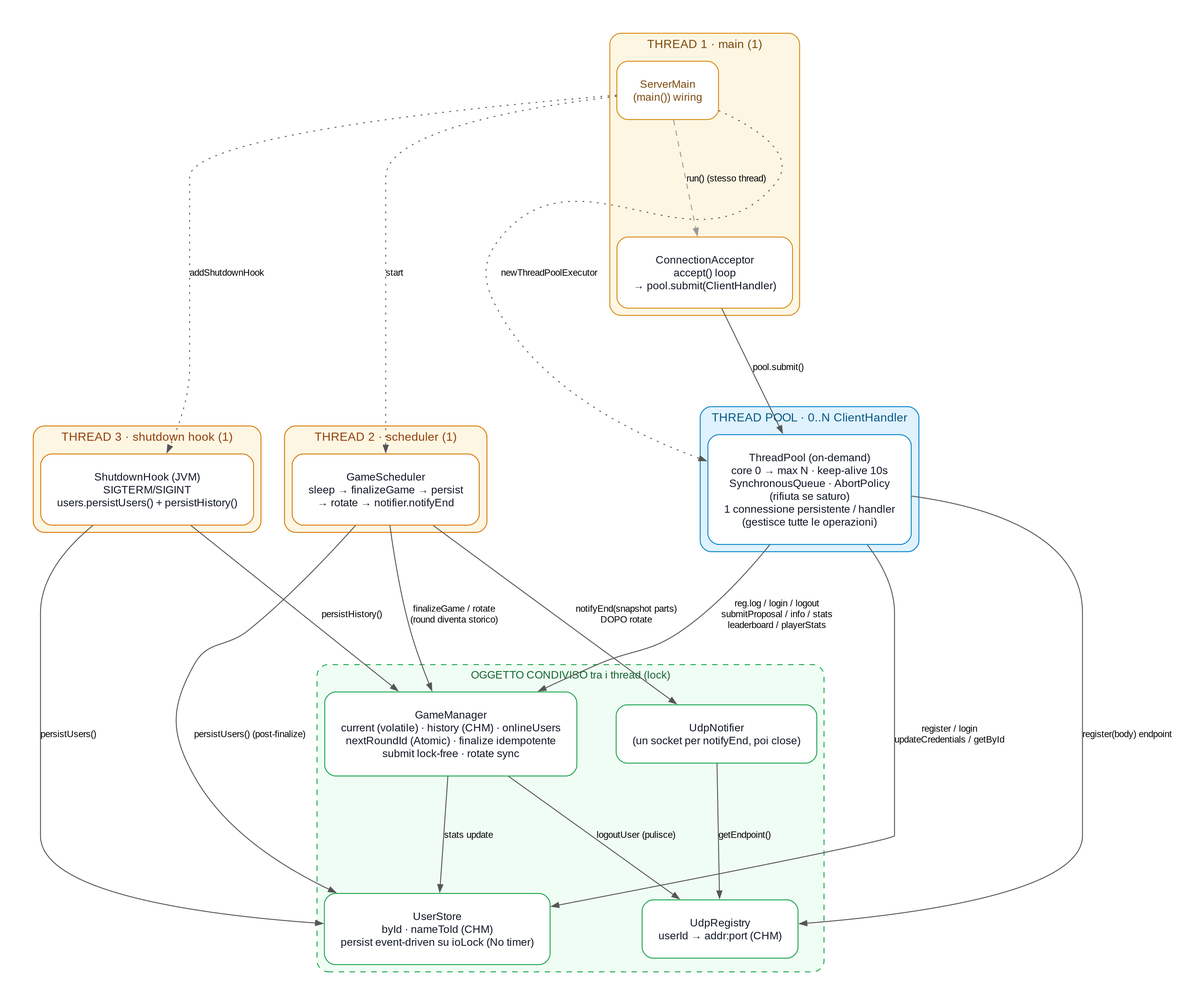
Earlier version of the Graphviz export docs/relazione/server_system_model.png (a2essiol3nzi/Connections_Game). Its source is kept beside it as docs/explain/server/server_system_model.dot. Its diagram source:
```dot
digraph Server {
  rankdir=TB;
  graph [bgcolor=white, fontname="Inter, Arial, Helvetica, sans-serif", splines=true, dpi=192,
         nodesep=0.6, ranksep=0.8, pad="0.4,0.4", labelloc="t"];
  node  [fontname="Inter, Arial, Helvetica, sans-serif", shape=box, style="rounded,filled",
         fontsize=12, margin=0.25];
  edge  [fontname="Inter, Arial, Helvetica, sans-serif", fontsize=10, color="#555555",
         arrowsize=0.8, minlen=2, labeldistance=2.5];

  subgraph cluster_main {
    label="THREAD 1 · main (1)"; fontsize=13; fontcolor="#7b4a0e"; style="rounded,filled";
    fillcolor="#fdf6e3"; color="#d68910";
    Main   [label="ServerMain\n(main()) wiring", fillcolor="#ffffff", color="#d68910", fontcolor="#7b4a0e"];
    Accept [label="ConnectionAcceptor\naccept() loop\n→ pool.submit(ClientHandler)", fillcolor="#ffffff", color="#d68910", fontcolor="#111827"];
    Main -> Accept [label="run() (stesso thread)", style=dashed, color="#999999"];
  }

  subgraph cluster_sched {
    label="THREAD 2 · scheduler (1)"; fontsize=13; fontcolor="#92400e"; style="rounded,filled";
    fillcolor="#fdf6e3"; color="#d97706";
    Sched [label="GameScheduler\nsleep → finalizeGame → persist\n→ rotate → notifier.notifyEnd", fillcolor="#ffffff", color="#d97706", fontcolor="#111827"];
  }

  subgraph cluster_hook {
    label="THREAD 3 · shutdown hook (1)"; fontsize=13; fontcolor="#92400e"; style="rounded,filled";
    fillcolor="#fdf6e3"; color="#d97706";
    Hook [label="ShutdownHook (JVM)\nSIGTERM/SIGINT\nusers.persistUsers() + persistHistory()", fillcolor="#ffffff", color="#d97706", fontcolor="#111827"];
  }

  subgraph cluster_pool {
    label="THREAD POOL · 0..N ClientHandler"; fontsize=13; fontcolor="#075985"; style="rounded,filled";
    fillcolor="#e0f2fe"; color="#0284c7";
    Pool [label="ThreadPool (on-demand)\ncore 0 → max N · keep-alive 10s\nSynchronousQueue · AbortPolicy\n(rifiuta se saturo)\n1 connessione persistente / handler\n(gestisce tutte le operazioni)", fillcolor="#ffffff", color="#0284c7", fontcolor="#111827"];
  }

  subgraph cluster_shared {
    label="OGGETTO CONDIVISO tra i thread (lock)"; fontsize=12; fontcolor="#166534";
    style="rounded,filled,dashed"; fillcolor="#f0fdf4"; color="#16a34a";
    GM     [label="GameManager\ncurrent (volatile) · history (CHM) · onlineUsers\nnextRoundId (Atomic) · finalize idempotente\nsubmit lock-free · rotate sync", fillcolor="#ffffff", color="#16a34a", fontcolor="#111827"];
    Store  [label="UserStore\nbyId · nameToId (CHM)\npersist event-driven su ioLock (No timer)", fillcolor="#ffffff", color="#16a34a", fontcolor="#111827"];
    Reg    [label="UdpRegistry\nuserId → addr:port (CHM)", fillcolor="#ffffff", color="#16a34a", fontcolor="#111827"];
    Notif  [label="UdpNotifier\n(un socket per notifyEnd, poi close)", fillcolor="#ffffff", color="#16a34a", fontcolor="#111827"];
    GM -> Store [label="stats update"];
    GM -> Reg   [label="logoutUser (pulisce)"];
  }

  Accept -> Pool [label="pool.submit()"];
  Pool   -> GM    [label="reg.log / login / logout\nsubmitProposal / info / stats\nleaderboard / playerStats"];
  Pool   -> Store [label="register / login\nupdateCredentials / getById"];
  Pool   -> Reg   [label="register(body) endpoint"];

  Sched  -> GM    [label="finalizeGame / rotate\n(round diventa storico)"];
  Sched  -> Store [label="persistUsers() (post-finalize)"];
  Sched  -> Notif [label="notifyEnd(snapshot parts)\nDOPO rotate"];
  Hook   -> Store [label="persistUsers()"];
  Hook   -> GM    [label="persistHistory()"];

  Notif -> Reg [label="getEndpoint()"];

  Main -> Sched [style=dotted, label="start"];
  Main -> Hook  [style=dotted, label="addShutdownHook"];
  Main -> Pool  [style=dotted, label="newThreadPoolExecutor", constraint=false];
}
```
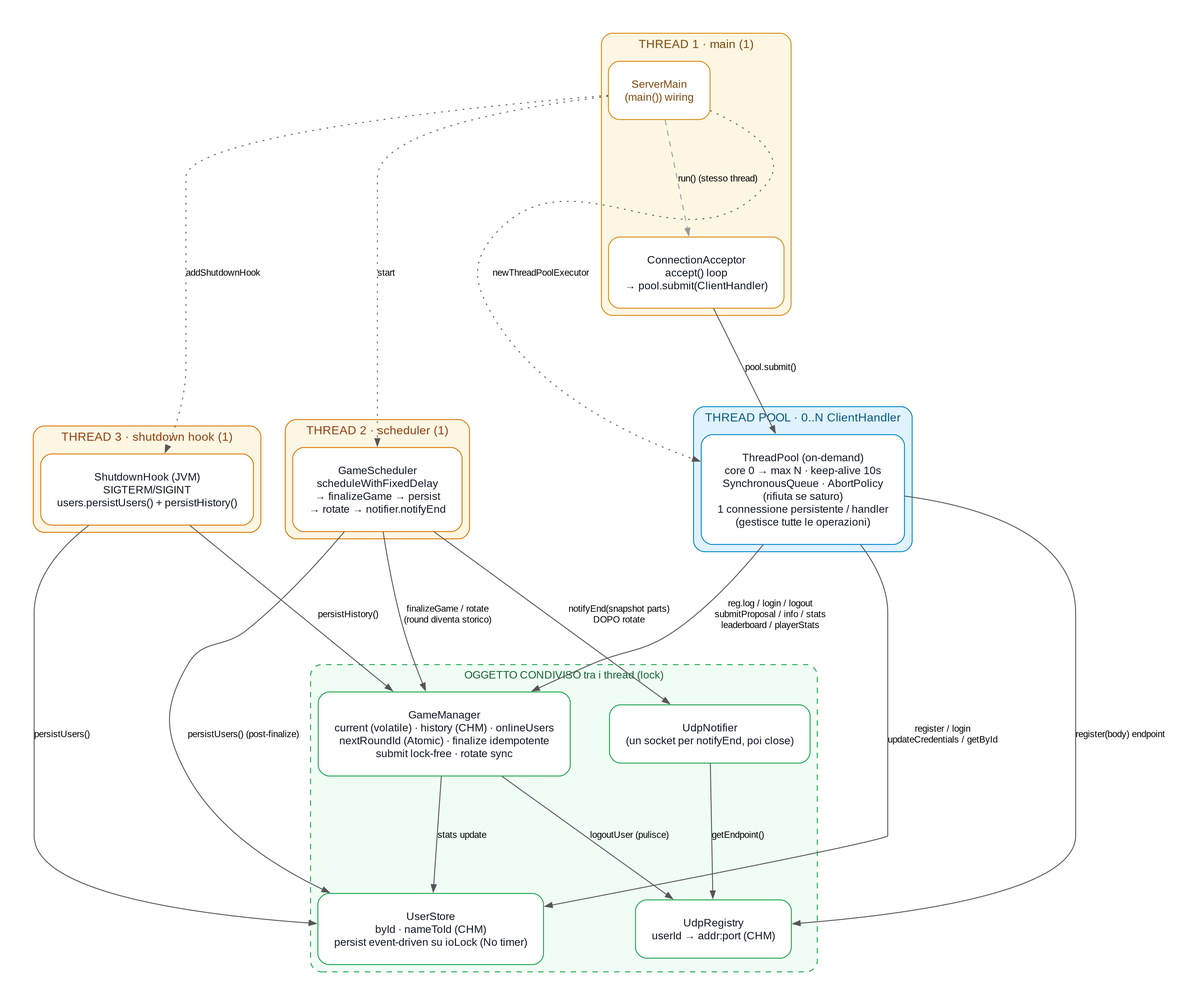
After the commit.

Change to the diagram source:
```diff
@@ -18,7 +18,7 @@
   subgraph cluster_sched {
     label="THREAD 2 · scheduler (1)"; fontsize=13; fontcolor="#92400e"; style="rounded,filled";
     fillcolor="#fdf6e3"; color="#d97706";
-    Sched [label="GameScheduler\nsleep → finalizeGame → persist\n→ rotate → notifier.notifyEnd", fillcolor="#ffffff", color="#d97706", fontcolor="#111827"];
+    Sched [label="GameScheduler\nscheduleWithFixedDelay\n→ finalizeGame → persist\n→ rotate → notifier.notifyEnd", fillcolor="#ffffff", color="#d97706", fontcolor="#111827"];
   }
 
   subgraph cluster_hook {
```
